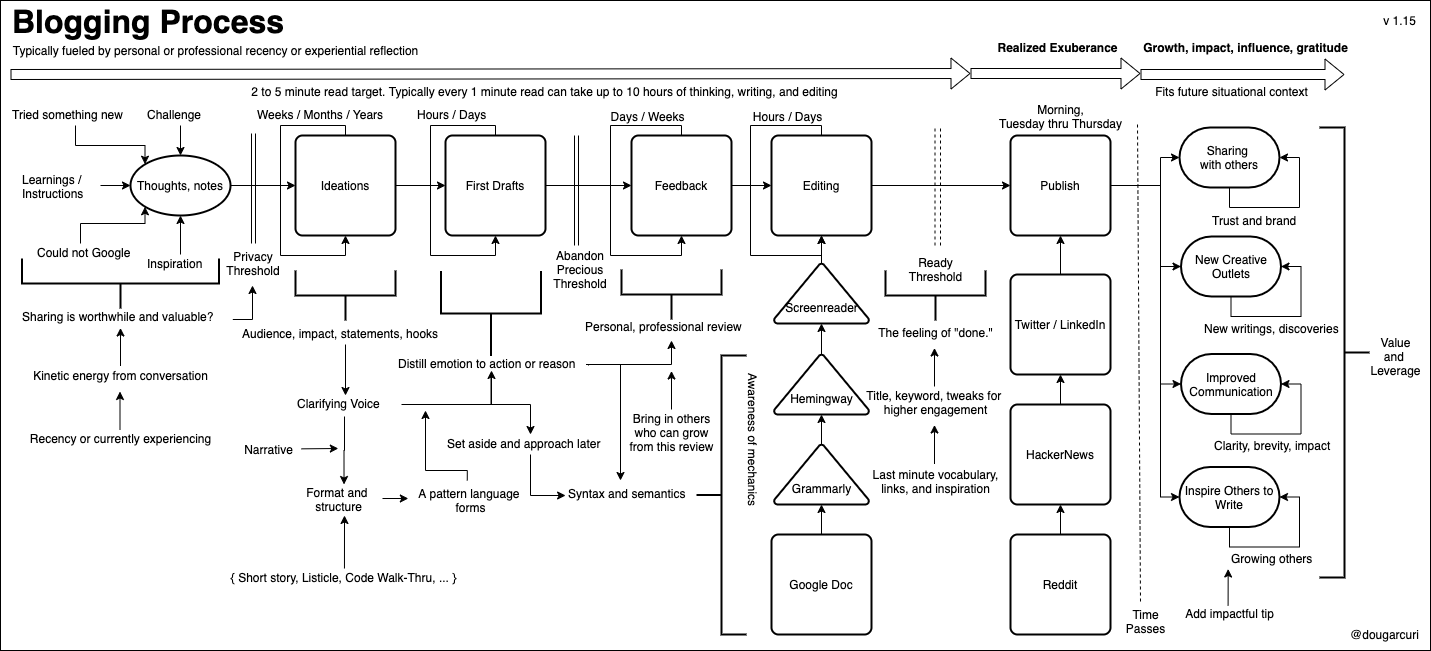
This is mentoring/diagrams/blogging-process.png from solidi/learning-notes, a draw.io export, as it was before one commit. Source tidied: cells renumbered, new cells last; positions are measured from the earlier drawing's top-left corner, leaving out a move shared by most shapes.
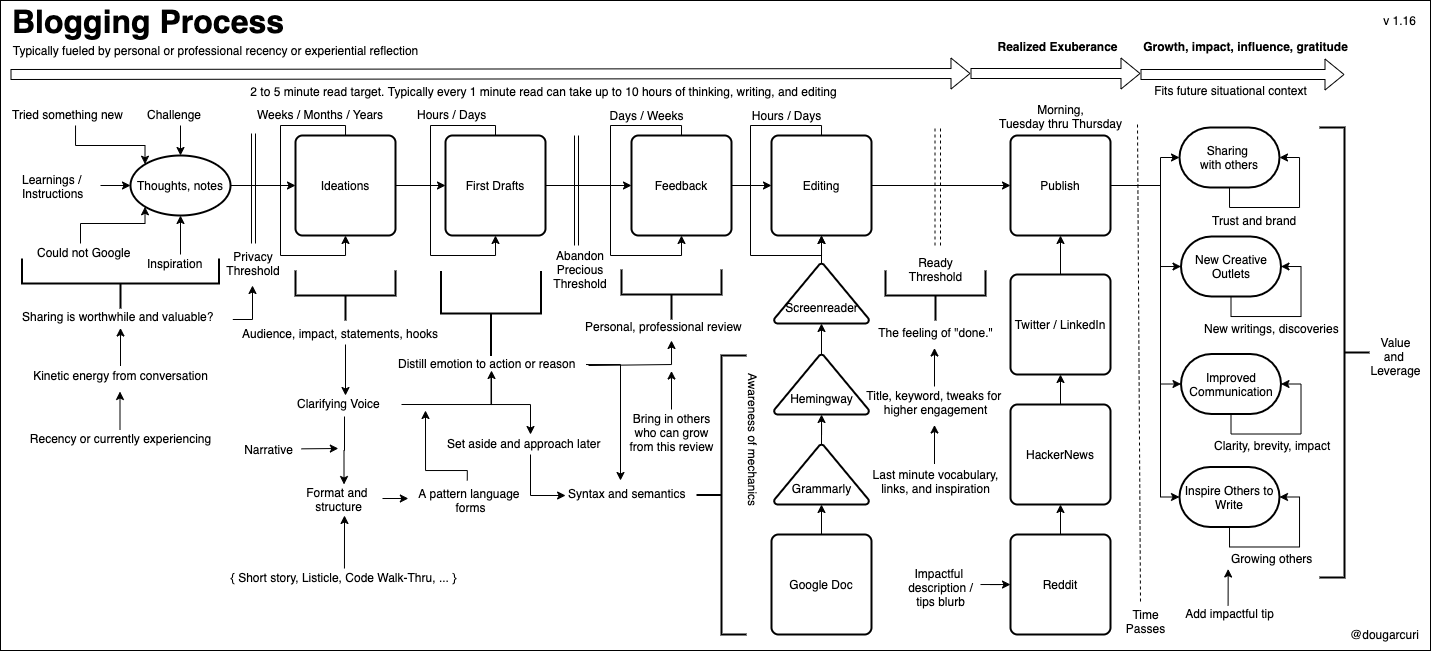
The same diagram one commit later.

Commit message:
Add 1.16 of the bloging process. Include tip blurb

Change to the diagram source:
```diff
@@ -495,7 +495,7 @@
         <mxPoint x="120" y="327.5" as="targetPoint" />
       </mxGeometry>
     </mxCell>
-    <mxCell id="122" value="v 1.15" style="text;html=1;align=center;verticalAlign=middle;" parent="1" vertex="1">
+    <mxCell id="122" value="v 1.16" style="text;html=1;align=center;verticalAlign=middle;" parent="1" vertex="1">
       <mxGeometry x="1374" y="10" width="50" height="20" as="geometry" />
     </mxCell>
     <mxCell id="123" value="Morning,&lt;br&gt;Tuesday thru Thursday" style="text;html=1;align=center;verticalAlign=top;spacingTop=-4;" parent="1" vertex="1">
@@ -518,5 +518,11 @@
         <mxPoint x="1227.7" y="568.5" as="targetPoint" />
       </mxGeometry>
     </mxCell>
+    <mxCell id="128" style="edgeStyle=orthogonalEdgeStyle;rounded=0;jettySize=auto;html=1;" parent="1" edge="1" source="129" target="27">
+      <mxGeometry relative="1" as="geometry" />
+    </mxCell>
+    <mxCell id="129" value="Impactful &lt;br&gt;description /&lt;br&gt;tips blurb" style="text;html=1;points=[];align=center;verticalAlign=top;spacingTop=-4;" parent="1" vertex="1">
+      <mxGeometry x="900" y="564" width="80" height="40" as="geometry" />
+    </mxCell>
   </root>
 </mxGraphModel>
```
